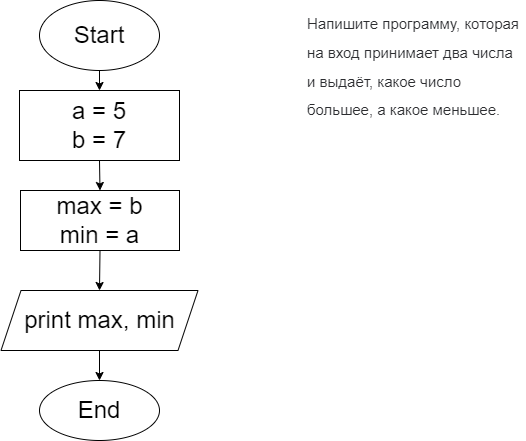
Before: Task101/diagrame.drawio.png, a diagram exported from draw.io (DmitriyMorin/HomeWork). Source tidied: cells renumbered, new cells last; positions are measured from the earlier drawing's top-left corner, leaving out a move shared by most shapes.
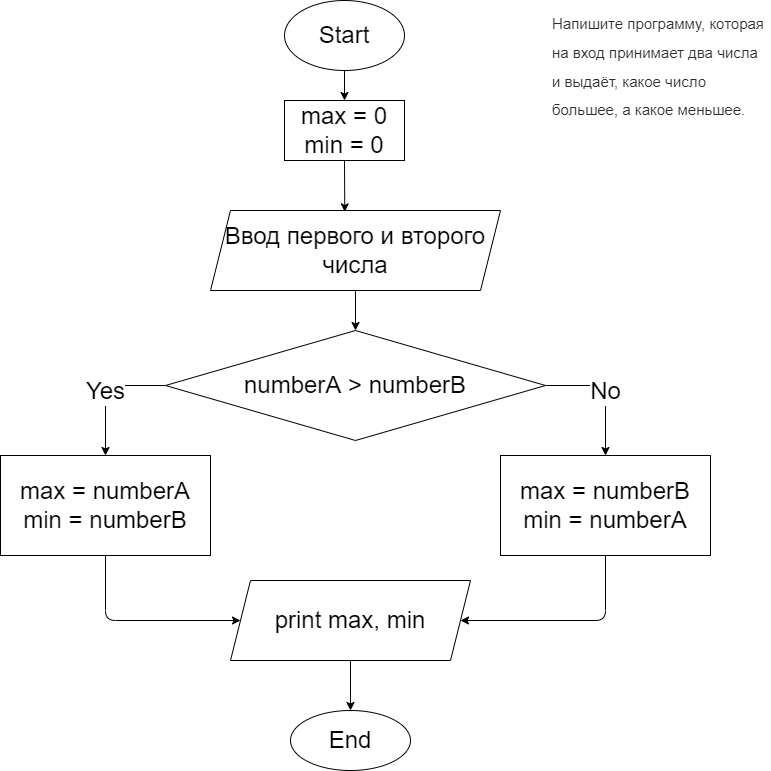
Later version of the same file.

Change to the diagram source:
```diff
@@ -2,35 +2,72 @@
   <root>
     <mxCell id="0" />
     <mxCell id="1" parent="0" />
-    <mxCell id="2" style="edgeStyle=none;html=1;exitX=0.5;exitY=1;exitDx=0;exitDy=0;entryX=0.5;entryY=0;entryDx=0;entryDy=0;fontSize=24;" parent="1" edge="1" source="3" target="6">
-      <mxGeometry relative="1" as="geometry" />
-    </mxCell>
+    <mxCell id="12" style="edgeStyle=none;html=1;exitX=0.5;exitY=1;exitDx=0;exitDy=0;entryX=0.5;entryY=0;entryDx=0;entryDy=0;fontSize=24;" parent="1" edge="1" source="3" target="10">
+      <mxGeometry relative="1" as="geometry" />
+    </mxCell>
     <mxCell id="3" value="Start" style="ellipse;whiteSpace=wrap;html=1;fontSize=24;" parent="1" vertex="1">
       <mxGeometry x="38" width="120" height="70" as="geometry" />
     </mxCell>
     <mxCell id="4" value="&lt;span style=&quot;color: rgb(44, 45, 48); font-family: roboto, &amp;quot;san francisco&amp;quot;, &amp;quot;helvetica neue&amp;quot;, helvetica, arial; font-size: 15px; font-style: normal; font-weight: 400; letter-spacing: normal; text-indent: 0px; text-transform: none; word-spacing: 0px; background-color: rgb(255, 255, 255); display: inline; float: none;&quot;&gt;Напишите программу, которая на вход принимает два числа и выдаёт, какое число большее, а какое меньшее.&lt;/span&gt;" style="text;whiteSpace=wrap;html=1;fontSize=24;" parent="1" vertex="1">
       <mxGeometry x="304" width="220" height="120" as="geometry" />
     </mxCell>
-    <mxCell id="5" style="edgeStyle=none;html=1;exitX=0.5;exitY=1;exitDx=0;exitDy=0;entryX=0.5;entryY=0;entryDx=0;entryDy=0;fontSize=24;" parent="1" edge="1" source="6" target="11">
-      <mxGeometry relative="1" as="geometry" />
-    </mxCell>
-    <mxCell id="6" value="a = 5&lt;br&gt;b = 7" style="rounded=0;whiteSpace=wrap;html=1;fontSize=24;" parent="1" vertex="1">
-      <mxGeometry x="18" y="90" width="160" height="70" as="geometry" />
-    </mxCell>
+    <mxCell id="9" value="End" style="ellipse;whiteSpace=wrap;html=1;fontSize=24;" parent="1" vertex="1">
+      <mxGeometry x="44" y="710" width="120" height="60" as="geometry" />
+    </mxCell>
+    <mxCell id="13" style="edgeStyle=none;html=1;exitX=0.5;exitY=1;exitDx=0;exitDy=0;entryX=0.463;entryY=0.017;entryDx=0;entryDy=0;entryPerimeter=0;fontSize=24;" parent="1" edge="1" source="10" target="15">
+      <mxGeometry relative="1" as="geometry" />
+    </mxCell>
+    <mxCell id="10" value="max = 0&lt;br&gt;min = 0" style="rounded=0;whiteSpace=wrap;html=1;fontSize=24;" parent="1" vertex="1">
+      <mxGeometry x="38" y="100" width="120" height="60" as="geometry" />
+    </mxCell>
+    <mxCell id="14" style="edgeStyle=none;html=1;exitX=0.5;exitY=1;exitDx=0;exitDy=0;entryX=0.5;entryY=0;entryDx=0;entryDy=0;fontSize=24;" parent="1" edge="1" source="15" target="18">
+      <mxGeometry relative="1" as="geometry" />
+    </mxCell>
+    <mxCell id="15" value="Ввод первого и второго числа&lt;br&gt;" style="shape=parallelogram;perimeter=parallelogramPerimeter;whiteSpace=wrap;html=1;fixedSize=1;fontSize=24;" parent="1" vertex="1">
+      <mxGeometry x="-36" y="210" width="290" height="80" as="geometry" />
+    </mxCell>
+    <mxCell id="16" value="Yes" style="edgeStyle=none;html=1;exitX=0;exitY=0.5;exitDx=0;exitDy=0;entryX=0.5;entryY=0;entryDx=0;entryDy=0;fontSize=24;" parent="1" edge="1" source="18" target="20">
+      <mxGeometry relative="1" as="geometry">
+        <Array as="points">
+          <mxPoint x="-141" y="385" />
+        </Array>
+      </mxGeometry>
+    </mxCell>
+    <mxCell id="17" value="No" style="edgeStyle=none;html=1;exitX=1;exitY=0.5;exitDx=0;exitDy=0;entryX=0.5;entryY=0;entryDx=0;entryDy=0;fontSize=24;" parent="1" edge="1" source="18" target="22">
+      <mxGeometry relative="1" as="geometry">
+        <Array as="points">
+          <mxPoint x="359" y="385" />
+        </Array>
+      </mxGeometry>
+    </mxCell>
+    <mxCell id="18" value="numberA &amp;gt; numberB&lt;br&gt;" style="rhombus;whiteSpace=wrap;html=1;fontSize=24;" parent="1" vertex="1">
+      <mxGeometry x="-81" y="330" width="380" height="110" as="geometry" />
+    </mxCell>
+    <mxCell id="19" style="edgeStyle=none;html=1;exitX=0.5;exitY=1;exitDx=0;exitDy=0;entryX=0;entryY=0.5;entryDx=0;entryDy=0;fontSize=24;" parent="1" edge="1" source="20" target="8">
+      <mxGeometry relative="1" as="geometry">
+        <Array as="points">
+          <mxPoint x="-141" y="620" />
+        </Array>
+      </mxGeometry>
+    </mxCell>
+    <mxCell id="20" value="max = numberA&lt;br&gt;min = numberB" style="rounded=0;whiteSpace=wrap;html=1;fontSize=24;" parent="1" vertex="1">
+      <mxGeometry x="-246" y="455" width="210" height="100" as="geometry" />
+    </mxCell>
+    <mxCell id="21" style="edgeStyle=none;html=1;exitX=0.5;exitY=1;exitDx=0;exitDy=0;entryX=1;entryY=0.5;entryDx=0;entryDy=0;fontSize=24;" parent="1" edge="1" source="22" target="8">
+      <mxGeometry relative="1" as="geometry">
+        <Array as="points">
+          <mxPoint x="359" y="620" />
+        </Array>
+      </mxGeometry>
+    </mxCell>
+    <mxCell id="22" value="max = numberB&lt;br&gt;min = numberA" style="rounded=0;whiteSpace=wrap;html=1;fontSize=24;" parent="1" vertex="1">
+      <mxGeometry x="254" y="455" width="210" height="100" as="geometry" />
+    </mxCell>
     <mxCell id="7" style="edgeStyle=none;html=1;exitX=0.5;exitY=1;exitDx=0;exitDy=0;entryX=0.5;entryY=0;entryDx=0;entryDy=0;fontSize=24;" parent="1" edge="1" source="8" target="9">
       <mxGeometry relative="1" as="geometry" />
     </mxCell>
     <mxCell id="8" value="print max, min" style="shape=parallelogram;perimeter=parallelogramPerimeter;whiteSpace=wrap;html=1;fixedSize=1;fontSize=24;" parent="1" vertex="1">
-      <mxGeometry x="-0.5" y="290" width="197" height="60" as="geometry" />
+      <mxGeometry x="-16" y="580" width="240" height="80" as="geometry" />
     </mxCell>
-    <mxCell id="9" value="End" style="ellipse;whiteSpace=wrap;html=1;fontSize=24;" parent="1" vertex="1">
-      <mxGeometry x="38" y="380" width="120" height="60" as="geometry" />
-    </mxCell>
-    <mxCell id="10" style="edgeStyle=none;html=1;exitX=0.5;exitY=1;exitDx=0;exitDy=0;entryX=0.5;entryY=0;entryDx=0;entryDy=0;fontSize=24;" parent="1" edge="1" source="11" target="8">
-      <mxGeometry relative="1" as="geometry" />
-    </mxCell>
-    <mxCell id="11" value="max = b&lt;br&gt;min = a" style="rounded=0;whiteSpace=wrap;html=1;fontSize=24;" parent="1" vertex="1">
-      <mxGeometry x="19" y="190" width="159" height="60" as="geometry" />
-    </mxCell>
   </root>
 </mxGraphModel>
```
